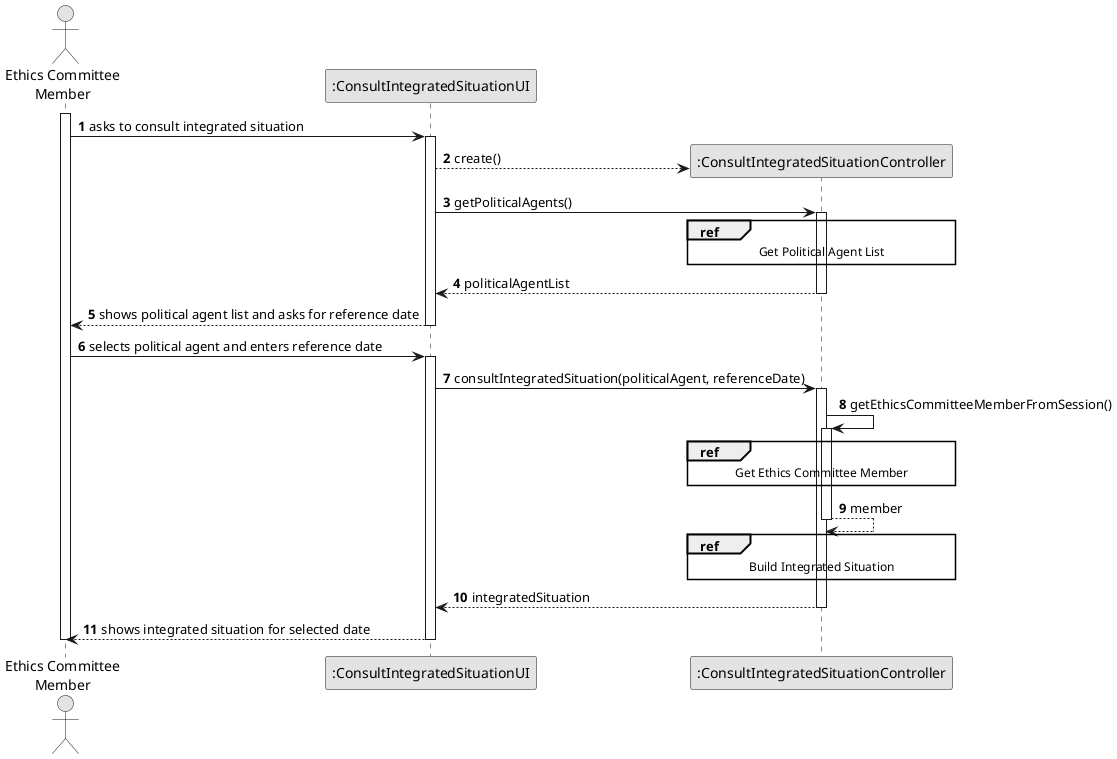
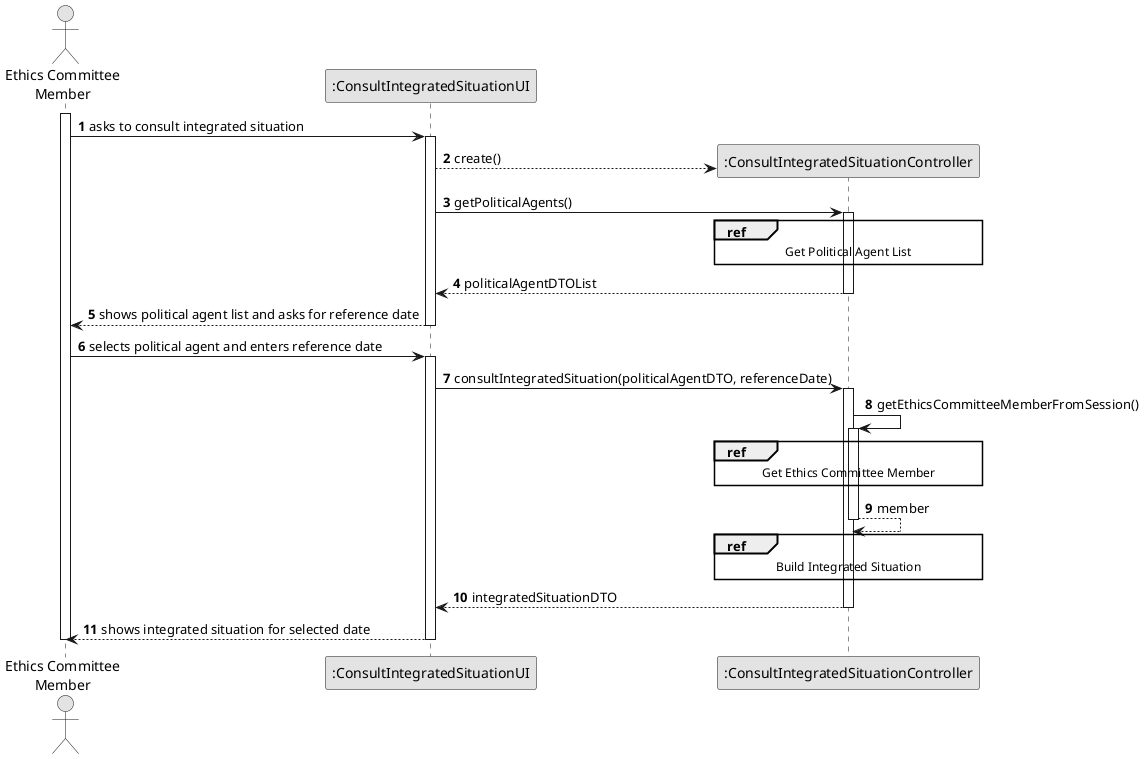
@startuml
skinparam monochrome true
skinparam packageStyle rectangle
skinparam shadowing false

autonumber

actor "Ethics Committee\nMember" as MEMBER_ACTOR

participant ":ConsultIntegratedSituationUI" as UI
participant ":ConsultIntegratedSituationController" as CTRL

activate MEMBER_ACTOR

    MEMBER_ACTOR -> UI : asks to consult integrated situation
    activate UI

        UI --> CTRL** : create()
        UI -> CTRL : getPoliticalAgents()

        ref over CTRL
            Get Political Agent List
        end ref

        activate CTRL
-             CTRL --> UI : politicalAgentList
+             CTRL --> UI : politicalAgentDTOList
        deactivate CTRL

        UI --> MEMBER_ACTOR : shows political agent list and asks for reference date
    deactivate UI

    MEMBER_ACTOR -> UI : selects political agent and enters reference date
    activate UI

-         UI -> CTRL : consultIntegratedSituation(politicalAgent, referenceDate)
+         UI -> CTRL : consultIntegratedSituation(politicalAgentDTO, referenceDate)
        activate CTRL

            CTRL -> CTRL : getEthicsCommitteeMemberFromSession()
            activate CTRL
                ref over CTRL
                    Get Ethics Committee Member
                end ref
                CTRL --> CTRL : member
            deactivate CTRL

            ref over CTRL
                Build Integrated Situation
            end ref

-             CTRL --> UI : integratedSituation
+             CTRL --> UI : integratedSituationDTO
        deactivate CTRL

        UI --> MEMBER_ACTOR : shows integrated situation for selected date
    deactivate UI

deactivate MEMBER_ACTOR

- @enduml+ @enduml
